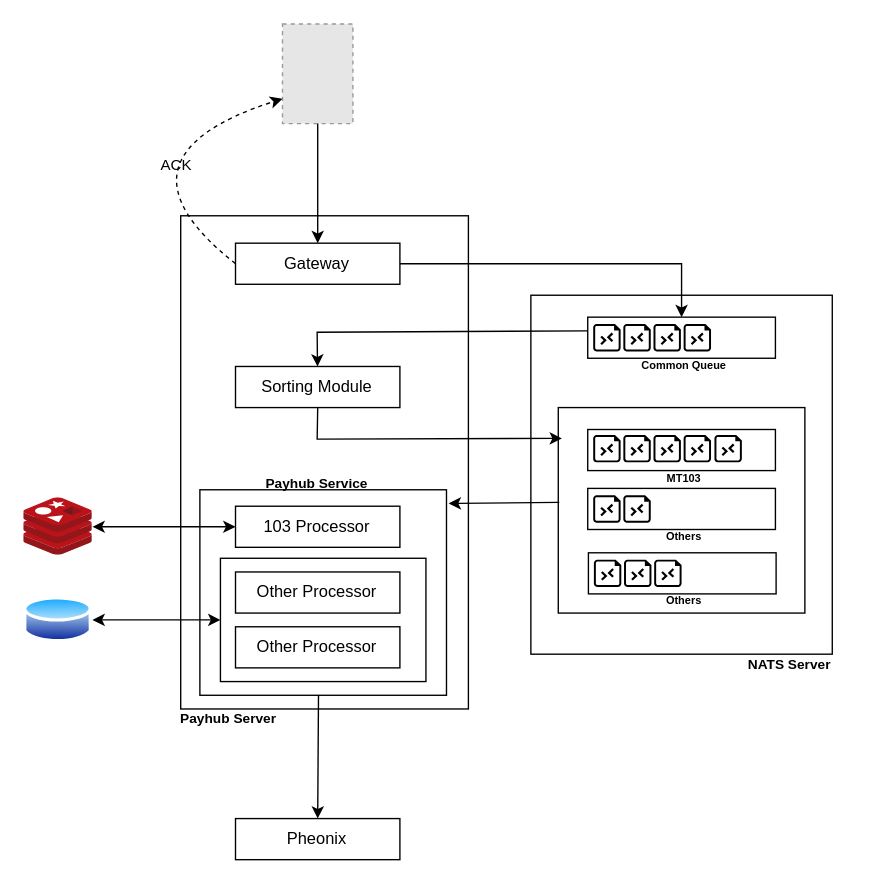
Earlier version of the draw.io diagram page "Phase 1B" (6 of 9) of Aspire/AspireMain.drawio (zakk616/avanza-UMLs). Source tidied: cells renumbered, new cells numbered last; positions are measured from the earlier drawing's top-left corner, leaving out a move shared by most shapes. Both pictures are drawn from the tidied source at 137%, with x=0, y=0 at pixel (23, 23). Pictures stored in the file or linked from it are replaced by grey dashed boxes.
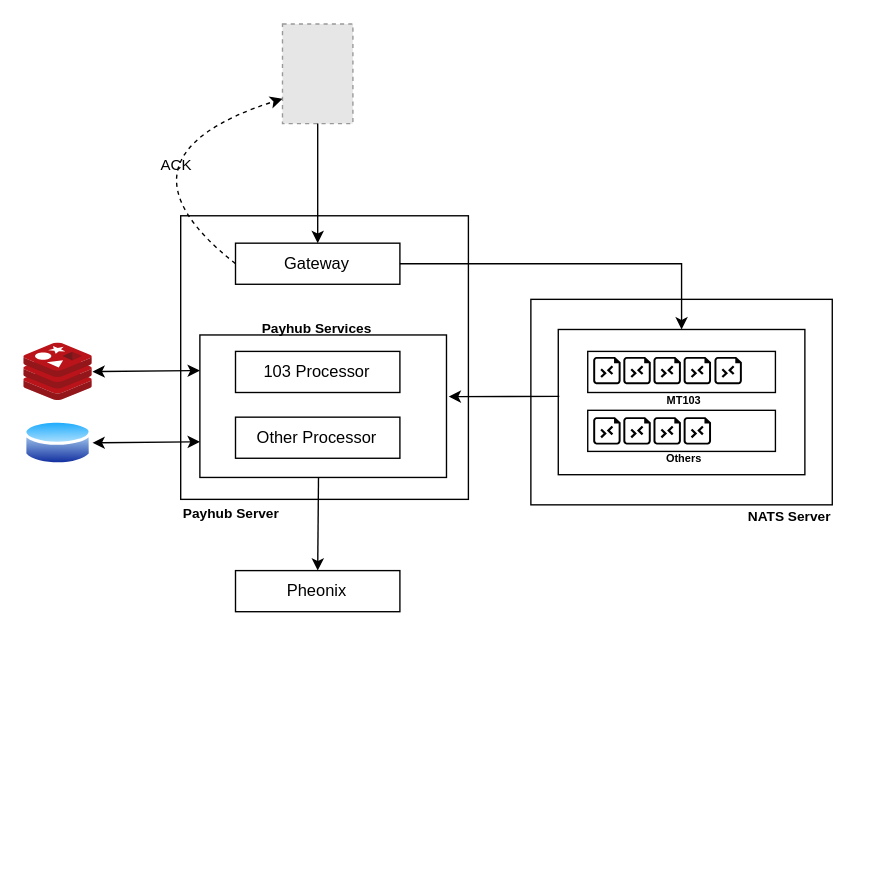
Above is the later version.

The change refers to these unchanged cells:
```xml
<mxCell id="9" value="Gateway" style="rounded=0;whiteSpace=wrap;html=1;" parent="1" vertex="1">
  <mxGeometry x="154.4" y="160" width="120" height="30" as="geometry" />
</mxCell>
```

What changed in the source:
```diff
@@
     <mxCell id="3" style="rounded=0;whiteSpace=wrap;html=1;" parent="1" vertex="1">
-      <mxGeometry x="370" y="198" width="220" height="262" as="geometry" />
+      <mxGeometry x="370" y="201" width="220" height="150" as="geometry" />
     </mxCell>
     <mxCell id="4" style="image;sketch=0;html=1;points=[];align=center;fontSize=12;image=img/lib/mscae/Cache_Redis_Product.svg;" parent="1" vertex="1">
-      <mxGeometry y="346" width="50" height="42" as="geometry" />
+      <mxGeometry y="233" width="50" height="42" as="geometry" />
     </mxCell>
     <mxCell id="5" style="image;perimeter=ellipsePerimeter;html=1;align=center;shadow=0;dashed=0;spacingTop=3;image=img/lib/active_directory/database.svg;" parent="1" vertex="1">
-      <mxGeometry y="416.5" width="50" height="37" as="geometry" />
+      <mxGeometry y="287.5" width="50" height="37" as="geometry" />
     </mxCell>
     <mxCell id="6" style="rounded=0;whiteSpace=wrap;html=1;" parent="1" vertex="1">
-      <mxGeometry x="390" y="280" width="180" height="150" as="geometry" />
+      <mxGeometry x="390" y="223" width="180" height="106" as="geometry" />
     </mxCell>
     <mxCell id="7" value="Pheonix" style="rounded=0;whiteSpace=wrap;html=1;" parent="1" vertex="1">
-      <mxGeometry x="154.4" y="580" width="120" height="30" as="geometry" />
+      <mxGeometry x="154.4" y="399" width="120" height="30" as="geometry" />
     </mxCell>
     <mxCell id="8" style="rounded=0;whiteSpace=wrap;html=1;" parent="1" vertex="1">
-      <mxGeometry x="114.4" y="140" width="210" height="360" as="geometry" />
+      <mxGeometry x="114.4" y="140" width="210" height="207" as="geometry" />
     </mxCell>
@@
-    <mxCell id="10" value="Sorting Module" style="rounded=0;whiteSpace=wrap;html=1;" parent="1" vertex="1">
-      <mxGeometry x="154.4" y="250" width="120" height="30" as="geometry" />
-    </mxCell>
     <mxCell id="11" style="rounded=0;whiteSpace=wrap;html=1;" parent="1" vertex="1">
-      <mxGeometry x="128.4" y="340" width="180" height="150" as="geometry" />
+      <mxGeometry x="128.4" y="227" width="180" height="104" as="geometry" />
     </mxCell>
     <mxCell id="12" value="103 Processor" style="rounded=0;whiteSpace=wrap;html=1;fontStyle=0;" parent="1" vertex="1">
-      <mxGeometry x="154.4" y="352" width="120" height="30" as="geometry" />
+      <mxGeometry x="154.4" y="239" width="120" height="30" as="geometry" />
     </mxCell>
-    <mxCell id="13" style="rounded=0;whiteSpace=wrap;html=1;" parent="1" vertex="1">
-      <mxGeometry x="143.4" y="390" width="150" height="90" as="geometry" />
-    </mxCell>
-    <mxCell id="14" value="Other Processor" style="rounded=0;whiteSpace=wrap;html=1;" parent="1" vertex="1">
-      <mxGeometry x="154.4" y="440" width="120" height="30" as="geometry" />
-    </mxCell>
     <mxCell id="15" value="Other Processor" style="rounded=0;whiteSpace=wrap;html=1;" parent="1" vertex="1">
-      <mxGeometry x="154.4" y="400" width="120" height="30" as="geometry" />
+      <mxGeometry x="154.4" y="287" width="120" height="30" as="geometry" />
     </mxCell>
-    <mxCell id="16" style="endArrow=classic;html=1;rounded=0;exitX=0;exitY=0.5;exitDx=0;exitDy=0;" parent="1" edge="1" target="10">
-      <mxGeometry relative="1" as="geometry">
-        <mxPoint x="411.5" y="224" as="sourcePoint" />
-        <Array as="points">
-          <mxPoint x="214" y="225" />
-        </Array>
-      </mxGeometry>
-    </mxCell>
-    <mxCell id="17" style="endArrow=classic;html=1;rounded=0;entryX=0.5;entryY=0;entryDx=0;entryDy=0;" parent="1" edge="1" source="9" target="40">
+    <mxCell id="17" style="endArrow=classic;html=1;rounded=0;entryX=0.5;entryY=0;entryDx=0;entryDy=0;" parent="1" edge="1" source="9" target="6">
       <mxGeometry relative="1" as="geometry">
         <Array as="points">
           <mxPoint x="480" y="175" />
         </Array>
       </mxGeometry>
     </mxCell>
-    <mxCell id="18" style="endArrow=classic;startArrow=classic;html=1;rounded=0;" parent="1" edge="1" source="4" target="12">
+    <mxCell id="18" style="endArrow=classic;startArrow=classic;html=1;rounded=0;entryX=0;entryY=0.25;entryDx=0;entryDy=0;" parent="1" edge="1" source="4" target="11">
       <mxGeometry relative="1" as="geometry" />
     </mxCell>
-    <mxCell id="19" style="endArrow=classic;startArrow=classic;html=1;rounded=0;" parent="1" edge="1" source="5" target="13">
+    <mxCell id="19" style="endArrow=classic;startArrow=classic;html=1;rounded=0;entryX=0;entryY=0.75;entryDx=0;entryDy=0;" parent="1" edge="1" source="5" target="11">
       <mxGeometry relative="1" as="geometry" />
     </mxCell>
@@
-    <mxCell id="22" value="Payhub Service" style="text;html=1;strokeColor=none;fillColor=none;align=center;verticalAlign=middle;whiteSpace=wrap;rounded=0;fontSize=10;fontStyle=1;" parent="1" vertex="1">
-      <mxGeometry x="167.2" y="320" width="94.4" height="30" as="geometry" />
+    <mxCell id="22" value="Payhub Services" style="text;html=1;strokeColor=none;fillColor=none;align=center;verticalAlign=middle;whiteSpace=wrap;rounded=0;fontSize=10;fontStyle=1;" parent="1" vertex="1">
+      <mxGeometry x="167.2" y="207" width="94.4" height="30" as="geometry" />
     </mxCell>
     <mxCell id="23" value="Payhub Server" style="text;html=1;strokeColor=none;fillColor=none;align=center;verticalAlign=middle;whiteSpace=wrap;rounded=0;fontStyle=1;fontSize=10;" parent="1" vertex="1">
-      <mxGeometry x="110.2" y="492" width="78.8" height="30" as="geometry" />
+      <mxGeometry x="112" y="342" width="78.8" height="30" as="geometry" />
     </mxCell>
     <mxCell id="24" value="NATS Server" style="text;html=1;strokeColor=none;fillColor=none;align=center;verticalAlign=middle;whiteSpace=wrap;rounded=0;fontStyle=1;fontSize=10;" parent="1" vertex="1">
-      <mxGeometry x="513" y="452" width="92" height="30" as="geometry" />
+      <mxGeometry x="513" y="344" width="92" height="30" as="geometry" />
     </mxCell>
@@
     <mxCell id="26" style="rounded=0;whiteSpace=wrap;html=1;" parent="1" vertex="1">
-      <mxGeometry x="411.5" y="296" width="137" height="30" as="geometry" />
+      <mxGeometry x="411.5" y="239" width="137" height="30" as="geometry" />
     </mxCell>
     <mxCell id="27" style="verticalLabelPosition=bottom;html=1;verticalAlign=top;align=center;strokeColor=none;fillColor=#000000;shape=mxgraph.azure.rdp_remoting_file;strokeWidth=1;" parent="1" vertex="1">
-      <mxGeometry x="415.5" y="300" width="20" height="20" as="geometry" />
+      <mxGeometry x="415.5" y="243" width="20" height="20" as="geometry" />
     </mxCell>
     <mxCell id="28" style="verticalLabelPosition=bottom;html=1;verticalAlign=top;align=center;strokeColor=none;fillColor=#000000;shape=mxgraph.azure.rdp_remoting_file;strokeWidth=1;" parent="1" vertex="1">
-      <mxGeometry x="437.5" y="300" width="20" height="20" as="geometry" />
+      <mxGeometry x="437.5" y="243" width="20" height="20" as="geometry" />
     </mxCell>
     <mxCell id="29" style="verticalLabelPosition=bottom;html=1;verticalAlign=top;align=center;strokeColor=none;fillColor=#000000;shape=mxgraph.azure.rdp_remoting_file;strokeWidth=1;" parent="1" vertex="1">
-      <mxGeometry x="459.5" y="300" width="20" height="20" as="geometry" />
+      <mxGeometry x="459.5" y="243" width="20" height="20" as="geometry" />
     </mxCell>
     <mxCell id="30" value="MT103" style="text;html=1;strokeColor=none;fillColor=none;align=center;verticalAlign=middle;whiteSpace=wrap;rounded=0;fontSize=8;fontStyle=1;" parent="1" vertex="1">
-      <mxGeometry x="446.5" y="317" width="70" height="30" as="geometry" />
+      <mxGeometry x="446.5" y="260" width="70" height="30" as="geometry" />
     </mxCell>
     <mxCell id="31" style="rounded=0;whiteSpace=wrap;html=1;" parent="1" vertex="1">
-      <mxGeometry x="411.5" y="339" width="137" height="30" as="geometry" />
+      <mxGeometry x="411.5" y="282" width="137" height="30" as="geometry" />
     </mxCell>
     <mxCell id="32" style="verticalLabelPosition=bottom;html=1;verticalAlign=top;align=center;strokeColor=none;fillColor=#000000;shape=mxgraph.azure.rdp_remoting_file;strokeWidth=1;" parent="1" vertex="1">
-      <mxGeometry x="415.5" y="344" width="20" height="20" as="geometry" />
+      <mxGeometry x="415.5" y="287" width="20" height="20" as="geometry" />
     </mxCell>
     <mxCell id="33" style="verticalLabelPosition=bottom;html=1;verticalAlign=top;align=center;strokeColor=none;fillColor=#000000;shape=mxgraph.azure.rdp_remoting_file;strokeWidth=1;" parent="1" vertex="1">
-      <mxGeometry x="437.5" y="344" width="20" height="20" as="geometry" />
+      <mxGeometry x="437.5" y="287" width="20" height="20" as="geometry" />
     </mxCell>
     <mxCell id="34" value="Others" style="text;html=1;strokeColor=none;fillColor=none;align=center;verticalAlign=middle;whiteSpace=wrap;rounded=0;fontSize=8;fontStyle=1;" parent="1" vertex="1">
-      <mxGeometry x="446.5" y="359" width="70" height="30" as="geometry" />
+      <mxGeometry x="446.5" y="302" width="70" height="30" as="geometry" />
     </mxCell>
-    <mxCell id="35" style="rounded=0;whiteSpace=wrap;html=1;" parent="1" vertex="1">
-      <mxGeometry x="412" y="386" width="137" height="30" as="geometry" />
-    </mxCell>
-    <mxCell id="36" style="verticalLabelPosition=bottom;html=1;verticalAlign=top;align=center;strokeColor=none;fillColor=#000000;shape=mxgraph.azure.rdp_remoting_file;strokeWidth=1;" parent="1" vertex="1">
-      <mxGeometry x="416" y="391" width="20" height="20" as="geometry" />
-    </mxCell>
-    <mxCell id="37" style="verticalLabelPosition=bottom;html=1;verticalAlign=top;align=center;strokeColor=none;fillColor=#000000;shape=mxgraph.azure.rdp_remoting_file;strokeWidth=1;" parent="1" vertex="1">
-      <mxGeometry x="438" y="391" width="20" height="20" as="geometry" />
-    </mxCell>
-    <mxCell id="38" style="verticalLabelPosition=bottom;html=1;verticalAlign=top;align=center;strokeColor=none;fillColor=#000000;shape=mxgraph.azure.rdp_remoting_file;strokeWidth=1;" parent="1" vertex="1">
-      <mxGeometry x="460" y="391" width="20" height="20" as="geometry" />
-    </mxCell>
-    <mxCell id="39" value="Others" style="text;html=1;strokeColor=none;fillColor=none;align=center;verticalAlign=middle;whiteSpace=wrap;rounded=0;fontSize=8;fontStyle=1;" parent="1" vertex="1">
-      <mxGeometry x="447" y="406" width="70" height="30" as="geometry" />
-    </mxCell>
-    <mxCell id="40" style="rounded=0;whiteSpace=wrap;html=1;" parent="1" vertex="1">
-      <mxGeometry x="411.5" y="214" width="137" height="30" as="geometry" />
-    </mxCell>
-    <mxCell id="41" style="verticalLabelPosition=bottom;html=1;verticalAlign=top;align=center;strokeColor=none;fillColor=#000000;shape=mxgraph.azure.rdp_remoting_file;strokeWidth=1;" parent="1" vertex="1">
-      <mxGeometry x="415.5" y="219" width="20" height="20" as="geometry" />
-    </mxCell>
-    <mxCell id="42" style="verticalLabelPosition=bottom;html=1;verticalAlign=top;align=center;strokeColor=none;fillColor=#000000;shape=mxgraph.azure.rdp_remoting_file;strokeWidth=1;" parent="1" vertex="1">
-      <mxGeometry x="437.5" y="219" width="20" height="20" as="geometry" />
-    </mxCell>
-    <mxCell id="43" style="verticalLabelPosition=bottom;html=1;verticalAlign=top;align=center;strokeColor=none;fillColor=#000000;shape=mxgraph.azure.rdp_remoting_file;strokeWidth=1;" parent="1" vertex="1">
-      <mxGeometry x="459.5" y="219" width="20" height="20" as="geometry" />
-    </mxCell>
-    <mxCell id="44" style="verticalLabelPosition=bottom;html=1;verticalAlign=top;align=center;strokeColor=none;fillColor=#000000;shape=mxgraph.azure.rdp_remoting_file;strokeWidth=1;" parent="1" vertex="1">
-      <mxGeometry x="481.5" y="219" width="20" height="20" as="geometry" />
-    </mxCell>
-    <mxCell id="45" value="Common Queue" style="text;html=1;strokeColor=none;fillColor=none;align=center;verticalAlign=middle;whiteSpace=wrap;rounded=0;fontSize=8;fontStyle=1;" parent="1" vertex="1">
-      <mxGeometry x="446.5" y="234" width="70" height="30" as="geometry" />
-    </mxCell>
-    <mxCell id="46" style="endArrow=classic;html=1;rounded=0;entryX=0.015;entryY=0.15;entryDx=0;entryDy=0;entryPerimeter=0;exitX=0.5;exitY=1;exitDx=0;exitDy=0;" parent="1" edge="1" source="10" target="6">
-      <mxGeometry relative="1" as="geometry">
-        <Array as="points">
-          <mxPoint x="214" y="303" />
-        </Array>
-      </mxGeometry>
-    </mxCell>
     <mxCell id="47" style="endArrow=classic;html=1;rounded=0;exitX=0.004;exitY=0.461;exitDx=0;exitDy=0;exitPerimeter=0;" parent="1" edge="1" source="6">
       <mxGeometry relative="1" as="geometry">
-        <mxPoint x="310" y="350" as="targetPoint" />
+        <mxPoint x="310" y="272" as="targetPoint" />
       </mxGeometry>
     </mxCell>
@@
     <mxCell id="49" style="verticalLabelPosition=bottom;html=1;verticalAlign=top;align=center;strokeColor=none;fillColor=#000000;shape=mxgraph.azure.rdp_remoting_file;strokeWidth=1;" parent="1" vertex="1">
-      <mxGeometry x="481.5" y="300" width="20" height="20" as="geometry" />
+      <mxGeometry x="481.5" y="243" width="20" height="20" as="geometry" />
     </mxCell>
     <mxCell id="50" style="verticalLabelPosition=bottom;html=1;verticalAlign=top;align=center;strokeColor=none;fillColor=#000000;shape=mxgraph.azure.rdp_remoting_file;strokeWidth=1;" parent="1" vertex="1">
-      <mxGeometry x="504" y="300" width="20" height="20" as="geometry" />
+      <mxGeometry x="504" y="243" width="20" height="20" as="geometry" />
     </mxCell>
+    <mxCell id="51" style="verticalLabelPosition=bottom;html=1;verticalAlign=top;align=center;strokeColor=none;fillColor=#000000;shape=mxgraph.azure.rdp_remoting_file;strokeWidth=1;" parent="1" vertex="1">
+      <mxGeometry x="459.5" y="287" width="20" height="20" as="geometry" />
+    </mxCell>
+    <mxCell id="52" style="verticalLabelPosition=bottom;html=1;verticalAlign=top;align=center;strokeColor=none;fillColor=#000000;shape=mxgraph.azure.rdp_remoting_file;strokeWidth=1;" parent="1" vertex="1">
+      <mxGeometry x="481.5" y="287" width="20" height="20" as="geometry" />
+    </mxCell>
```
